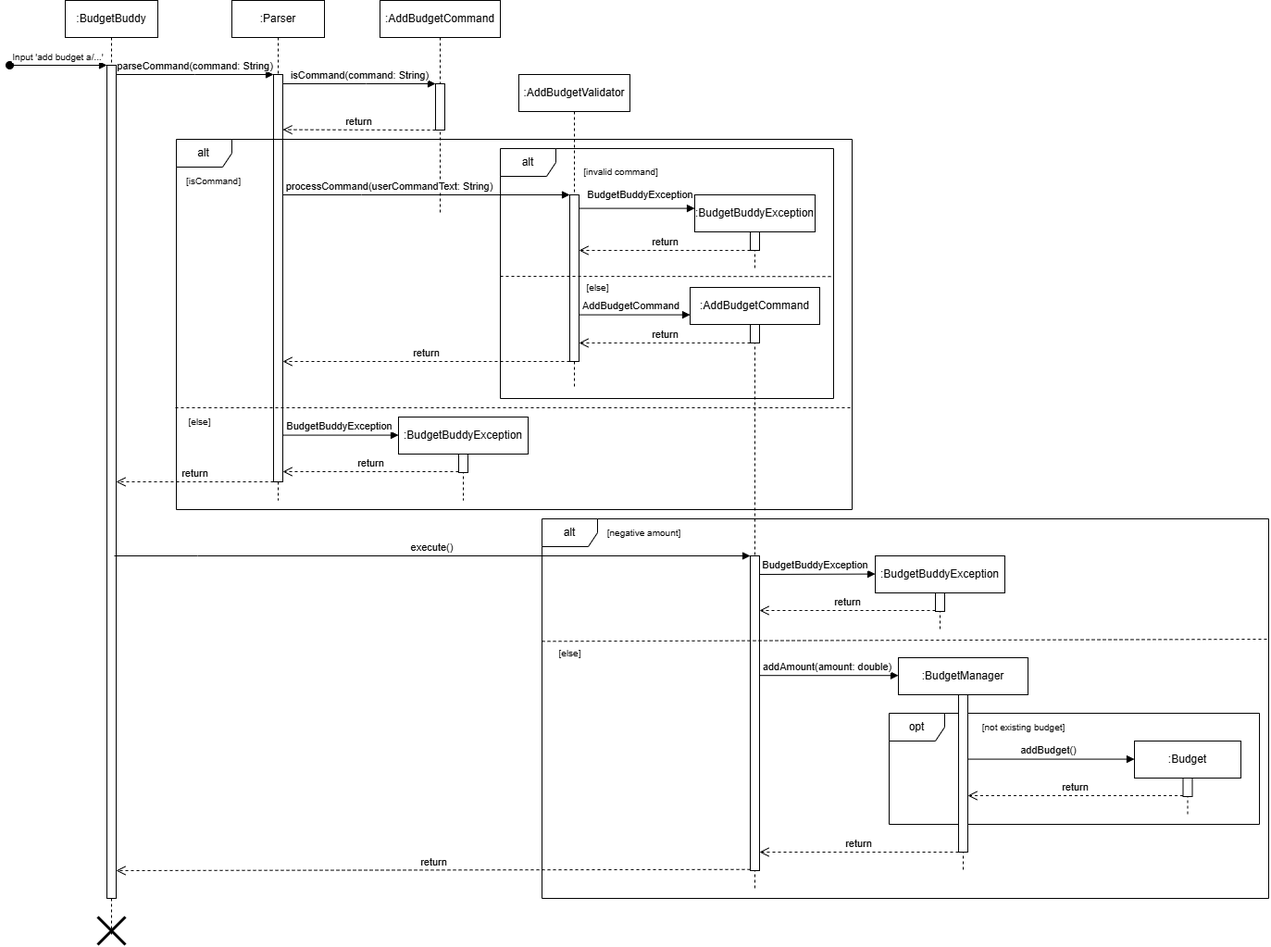
Earlier version of the draw.io export docs/diagrams/AddBudgetSequenceDiagram.drawio.png (telferang/tp). Source tidied: cells renumbered, new cells last; positions are measured from the earlier drawing's top-left corner, leaving out a move shared by most shapes.
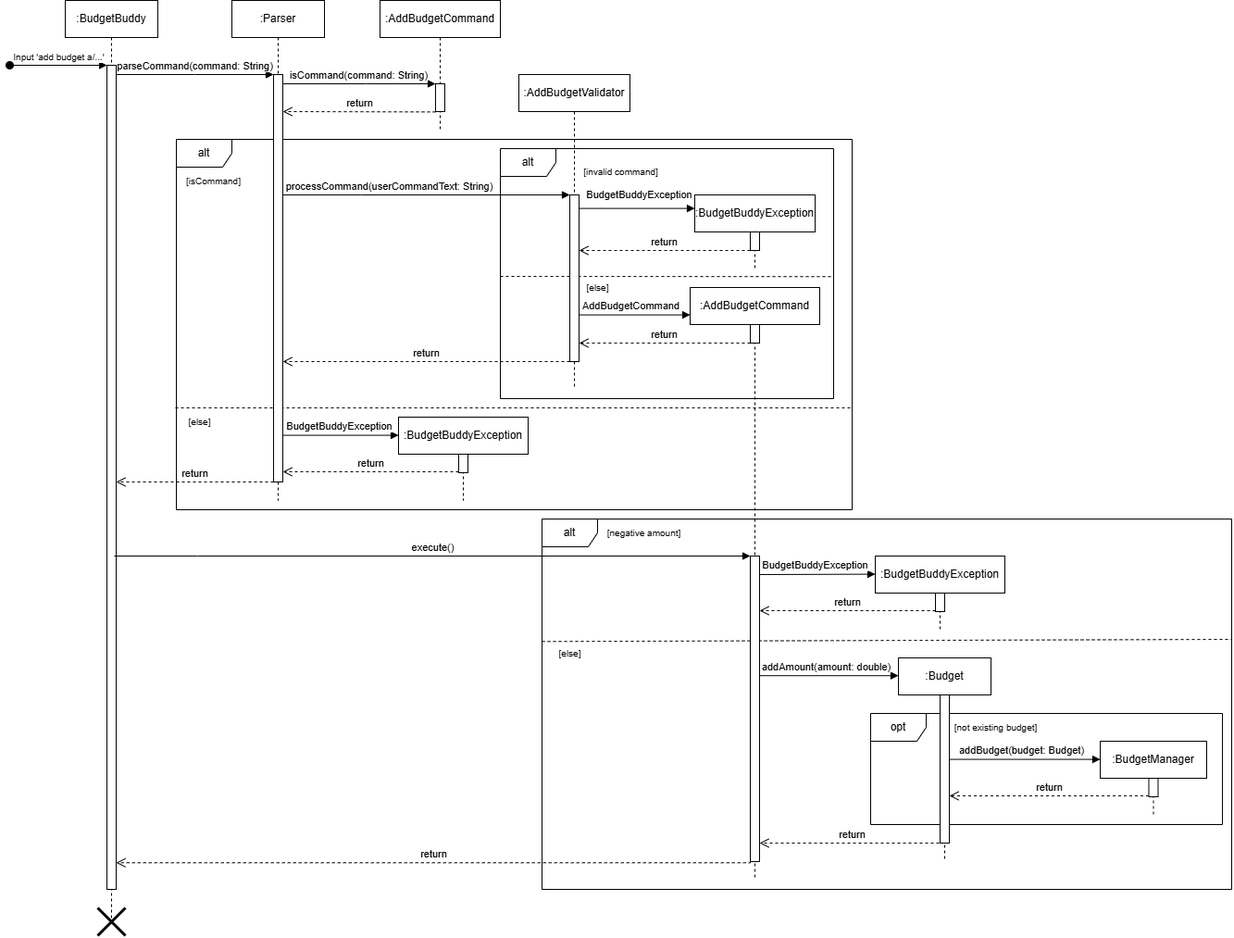
The same file after the commit.

Commit message:
Add sequence diagram for Deduct Budget feature

- Modified sequence diagram of Add Budget feature

Change to the diagram source:
```diff
@@ -3,10 +3,10 @@
     <mxCell id="0" />
     <mxCell id="1" parent="0" />
     <mxCell id="2" value=":BudgetBuddy" style="shape=umlLifeline;perimeter=lifelinePerimeter;whiteSpace=wrap;html=1;newEdgeStyle={&quot;edgeStyle&quot;:&quot;elbowEdgeStyle&quot;,&quot;elbow&quot;:&quot;vertical&quot;,&quot;curved&quot;:0,&quot;rounded&quot;:0};" parent="1" vertex="1">
-      <mxGeometry x="60" width="100" height="1010" as="geometry" />
+      <mxGeometry x="60" width="100" height="1000" as="geometry" />
     </mxCell>
     <mxCell id="3" style="html=1;points=[];perimeter=orthogonalPerimeter;outlineConnect=0;targetShapes=umlLifeline;portConstraint=eastwest;newEdgeStyle={&quot;edgeStyle&quot;:&quot;elbowEdgeStyle&quot;,&quot;elbow&quot;:&quot;vertical&quot;,&quot;curved&quot;:0,&quot;rounded&quot;:0};" parent="2" vertex="1">
-      <mxGeometry x="45" y="70" width="10" height="900" as="geometry" />
+      <mxGeometry x="45" y="70" width="10" height="890" as="geometry" />
     </mxCell>
     <mxCell id="4" value="&lt;font style=&quot;font-size: 10px;&quot;&gt;Input 'add budget a/...'&lt;/font&gt;" style="html=1;verticalAlign=bottom;startArrow=oval;endArrow=block;startSize=8;edgeStyle=elbowEdgeStyle;elbow=vertical;curved=0;rounded=0;" parent="2" edge="1" target="3">
       <mxGeometry relative="1" as="geometry">
@@ -17,14 +17,8 @@
       </mxGeometry>
     </mxCell>
     <mxCell id="5" style="shape=umlDestroy;whiteSpace=wrap;html=1;strokeWidth=3;targetShapes=umlLifeline;" parent="2" vertex="1">
-      <mxGeometry x="35" y="990" width="30" height="30" as="geometry" />
+      <mxGeometry x="35" y="980" width="30" height="30" as="geometry" />
     </mxCell>
-    <mxCell id="6" value=":Parser" style="shape=umlLifeline;perimeter=lifelinePerimeter;whiteSpace=wrap;html=1;newEdgeStyle={&quot;edgeStyle&quot;:&quot;elbowEdgeStyle&quot;,&quot;elbow&quot;:&quot;vertical&quot;,&quot;curved&quot;:0,&quot;rounded&quot;:0};" parent="1" vertex="1">
-      <mxGeometry x="240" width="100" height="540" as="geometry" />
-    </mxCell>
-    <mxCell id="7" style="html=1;points=[];perimeter=orthogonalPerimeter;outlineConnect=0;targetShapes=umlLifeline;portConstraint=eastwest;newEdgeStyle={&quot;edgeStyle&quot;:&quot;elbowEdgeStyle&quot;,&quot;elbow&quot;:&quot;vertical&quot;,&quot;curved&quot;:0,&quot;rounded&quot;:0};" parent="6" vertex="1">
-      <mxGeometry x="45" y="80" width="10" height="440" as="geometry" />
-    </mxCell>
     <mxCell id="8" value="parseCommand(command: String)" style="html=1;verticalAlign=bottom;endArrow=block;edgeStyle=elbowEdgeStyle;elbow=vertical;curved=0;rounded=0;" parent="1" edge="1" source="3" target="7">
       <mxGeometry relative="1" as="geometry">
         <Array as="points">
@@ -33,10 +27,10 @@
       </mxGeometry>
     </mxCell>
     <mxCell id="9" value=":AddBudgetCommand" style="shape=umlLifeline;perimeter=lifelinePerimeter;whiteSpace=wrap;html=1;newEdgeStyle={&quot;edgeStyle&quot;:&quot;elbowEdgeStyle&quot;,&quot;elbow&quot;:&quot;vertical&quot;,&quot;curved&quot;:0,&quot;rounded&quot;:0};" parent="1" vertex="1">
-      <mxGeometry x="400" width="130" height="230" as="geometry" />
+      <mxGeometry x="400" width="130" height="140" as="geometry" />
     </mxCell>
     <mxCell id="10" style="html=1;perimeter=orthogonalPerimeter;targetShapes=umlLifeline;newEdgeStyle={&quot;edgeStyle&quot;:&quot;elbowEdgeStyle&quot;,&quot;elbow&quot;:&quot;vertical&quot;,&quot;curved&quot;:0,&quot;rounded&quot;:0};" parent="9" vertex="1">
-      <mxGeometry x="60" y="90" width="10" height="50" as="geometry" />
+      <mxGeometry x="60" y="90" width="10" height="30" as="geometry" />
     </mxCell>
     <mxCell id="11" value="isCommand(command: String)" style="html=1;verticalAlign=bottom;endArrow=block;edgeStyle=elbowEdgeStyle;elbow=vertical;curved=0;rounded=0;" parent="1" edge="1" source="7">
       <mxGeometry relative="1" as="geometry">
@@ -46,20 +40,15 @@
         </Array>
       </mxGeometry>
     </mxCell>
-    <mxCell id="12" value=":AddBudgetValidator" style="shape=umlLifeline;perimeter=lifelinePerimeter;whiteSpace=wrap;html=1;newEdgeStyle={&quot;edgeStyle&quot;:&quot;elbowEdgeStyle&quot;,&quot;elbow&quot;:&quot;vertical&quot;,&quot;curved&quot;:0,&quot;rounded&quot;:0};" parent="1" vertex="1">
-      <mxGeometry x="550" y="80" width="120" height="340" as="geometry" />
-    </mxCell>
-    <mxCell id="13" style="html=1;points=[];perimeter=orthogonalPerimeter;outlineConnect=0;targetShapes=umlLifeline;portConstraint=eastwest;newEdgeStyle={&quot;edgeStyle&quot;:&quot;elbowEdgeStyle&quot;,&quot;elbow&quot;:&quot;vertical&quot;,&quot;curved&quot;:0,&quot;rounded&quot;:0};" parent="12" vertex="1">
-      <mxGeometry x="55" y="130" width="10" height="180" as="geometry" />
-    </mxCell>
     <mxCell id="14" value="alt" style="shape=umlFrame;whiteSpace=wrap;html=1;" parent="1" vertex="1">
       <mxGeometry x="180" y="150" width="730" height="400" as="geometry" />
     </mxCell>
-    <mxCell id="15" value="return" style="html=1;verticalAlign=bottom;endArrow=open;dashed=1;endSize=8;edgeStyle=elbowEdgeStyle;elbow=vertical;curved=0;rounded=0;" parent="1" edge="1" target="7">
+    <mxCell id="15" value="return" style="html=1;verticalAlign=bottom;endArrow=open;dashed=1;endSize=8;edgeStyle=elbowEdgeStyle;elbow=vertical;curved=0;rounded=0;" parent="1" edge="1">
       <mxGeometry relative="1" as="geometry">
-        <mxPoint x="460" y="140" as="sourcePoint" />
+        <mxPoint x="460" y="120.4" as="sourcePoint" />
+        <mxPoint x="295" y="120" as="targetPoint" />
         <Array as="points">
-          <mxPoint x="385" y="139.6" />
+          <mxPoint x="385" y="120" />
         </Array>
       </mxGeometry>
     </mxCell>
@@ -119,7 +108,7 @@
       <mxGeometry x="610" y="295" width="50" height="30" as="geometry" />
     </mxCell>
     <mxCell id="27" value="&lt;div&gt;:AddBudgetCommand&lt;/div&gt;" style="shape=umlLifeline;perimeter=lifelinePerimeter;whiteSpace=wrap;html=1;newEdgeStyle={&quot;edgeStyle&quot;:&quot;elbowEdgeStyle&quot;,&quot;elbow&quot;:&quot;vertical&quot;,&quot;curved&quot;:0,&quot;rounded&quot;:0};" parent="1" vertex="1">
-      <mxGeometry x="735" y="310" width="140" height="650" as="geometry" />
+      <mxGeometry x="735" y="310" width="140" height="640" as="geometry" />
     </mxCell>
     <mxCell id="28" style="html=1;points=[];perimeter=orthogonalPerimeter;outlineConnect=0;targetShapes=umlLifeline;portConstraint=eastwest;newEdgeStyle={&quot;edgeStyle&quot;:&quot;elbowEdgeStyle&quot;,&quot;elbow&quot;:&quot;vertical&quot;,&quot;curved&quot;:0,&quot;rounded&quot;:0};" parent="27" vertex="1">
       <mxGeometry x="65" y="40" width="10" height="20" as="geometry" />
@@ -204,11 +193,8 @@
       </mxGeometry>
     </mxCell>
     <mxCell id="42" value="alt" style="shape=umlFrame;whiteSpace=wrap;html=1;" parent="1" vertex="1">
-      <mxGeometry x="575" y="560" width="785" height="410" as="geometry" />
+      <mxGeometry x="575" y="560" width="745" height="400" as="geometry" />
     </mxCell>
-    <mxCell id="43" style="html=1;points=[];perimeter=orthogonalPerimeter;outlineConnect=0;targetShapes=umlLifeline;portConstraint=eastwest;newEdgeStyle={&quot;edgeStyle&quot;:&quot;elbowEdgeStyle&quot;,&quot;elbow&quot;:&quot;vertical&quot;,&quot;curved&quot;:0,&quot;rounded&quot;:0};" parent="1" vertex="1">
-      <mxGeometry x="800" y="600" width="10" height="340" as="geometry" />
-    </mxCell>
     <mxCell id="44" value="&lt;font style=&quot;font-size: 10px;&quot;&gt;[negative amount]&lt;/font&gt;" style="text;html=1;align=center;verticalAlign=middle;strokeColor=none;fillColor=none;" parent="1" vertex="1">
       <mxGeometry x="635" y="560" width="100" height="30" as="geometry" />
     </mxCell>
@@ -241,60 +227,60 @@
         <mxPoint x="3" y="-11" as="offset" />
       </mxGeometry>
     </mxCell>
-    <mxCell id="50" style="endArrow=none;dashed=1;html=1;rounded=0;entryX=1.001;entryY=0.27;entryDx=0;entryDy=0;entryPerimeter=0;" parent="1" edge="1">
+    <mxCell id="50" style="endArrow=none;dashed=1;html=1;rounded=0;" parent="1" edge="1">
       <mxGeometry relative="1" as="geometry">
         <mxPoint x="575" y="692.3" as="sourcePoint" />
-        <mxPoint x="1360.8" y="690" as="targetPoint" />
+        <mxPoint x="1320" y="690" as="targetPoint" />
       </mxGeometry>
     </mxCell>
     <mxCell id="51" value="&lt;font style=&quot;font-size: 10px;&quot;&gt;[else]&lt;/font&gt;" style="text;html=1;align=center;verticalAlign=middle;strokeColor=none;fillColor=none;" parent="1" vertex="1">
       <mxGeometry x="580" y="690" width="50" height="30" as="geometry" />
     </mxCell>
     <mxCell id="52" value="opt" style="shape=umlFrame;whiteSpace=wrap;html=1;" parent="1" vertex="1">
-      <mxGeometry x="950" y="770" width="400" height="120" as="geometry" />
+      <mxGeometry x="930" y="770" width="380" height="120" as="geometry" />
     </mxCell>
     <mxCell id="53" value="&lt;font style=&quot;font-size: 10px;&quot;&gt;[not existing budget]&lt;/font&gt;" style="text;html=1;align=center;verticalAlign=middle;strokeColor=none;fillColor=none;" parent="1" vertex="1">
-      <mxGeometry x="1040" y="770" width="110" height="30" as="geometry" />
+      <mxGeometry x="1010" y="770" width="110" height="30" as="geometry" />
     </mxCell>
-    <mxCell id="54" value=":Budget" style="shape=umlLifeline;perimeter=lifelinePerimeter;whiteSpace=wrap;html=1;newEdgeStyle={&quot;edgeStyle&quot;:&quot;elbowEdgeStyle&quot;,&quot;elbow&quot;:&quot;vertical&quot;,&quot;curved&quot;:0,&quot;rounded&quot;:0};" parent="1" vertex="1">
-      <mxGeometry x="1215" y="800" width="115" height="80" as="geometry" />
+    <mxCell id="54" value=":BudgetManager" style="shape=umlLifeline;perimeter=lifelinePerimeter;whiteSpace=wrap;html=1;newEdgeStyle={&quot;edgeStyle&quot;:&quot;elbowEdgeStyle&quot;,&quot;elbow&quot;:&quot;vertical&quot;,&quot;curved&quot;:0,&quot;rounded&quot;:0};" parent="1" vertex="1">
+      <mxGeometry x="1178" y="800" width="115" height="80" as="geometry" />
     </mxCell>
     <mxCell id="55" style="html=1;points=[];perimeter=orthogonalPerimeter;outlineConnect=0;targetShapes=umlLifeline;portConstraint=eastwest;newEdgeStyle={&quot;edgeStyle&quot;:&quot;elbowEdgeStyle&quot;,&quot;elbow&quot;:&quot;vertical&quot;,&quot;curved&quot;:0,&quot;rounded&quot;:0};" parent="54" vertex="1">
       <mxGeometry x="52.5" y="40" width="10" height="20" as="geometry" />
     </mxCell>
     <mxCell id="56" value="return" style="html=1;verticalAlign=bottom;endArrow=open;dashed=1;endSize=8;edgeStyle=elbowEdgeStyle;elbow=vertical;curved=0;rounded=0;" parent="1" edge="1" source="55">
       <mxGeometry relative="1" as="geometry">
-        <mxPoint x="1035" y="859" as="targetPoint" />
+        <mxPoint x="1015" y="859" as="targetPoint" />
         <Array as="points">
-          <mxPoint x="1215" y="859" />
+          <mxPoint x="1195" y="859" />
         </Array>
       </mxGeometry>
     </mxCell>
-    <mxCell id="57" style="html=1;verticalAlign=bottom;endArrow=block;edgeStyle=elbowEdgeStyle;elbow=vertical;curved=0;rounded=0;" parent="1" edge="1">
+    <mxCell id="57" style="html=1;verticalAlign=bottom;endArrow=block;edgeStyle=elbowEdgeStyle;elbow=vertical;curved=0;rounded=0;" parent="1" edge="1" source="60">
       <mxGeometry relative="1" as="geometry">
-        <mxPoint x="1035" y="819.6" as="sourcePoint" />
-        <mxPoint x="1215" y="820" as="targetPoint" />
+        <mxPoint x="1178" y="820" as="targetPoint" />
         <Array as="points">
-          <mxPoint x="1230" y="819.6" />
+          <mxPoint x="1193" y="819.6" />
         </Array>
       </mxGeometry>
     </mxCell>
-    <mxCell id="58" value="addBudget()" style="edgeLabel;html=1;align=center;verticalAlign=middle;" parent="57" vertex="1">
+    <mxCell id="58" value="addBudget(budget: Budget)" style="edgeLabel;html=1;align=center;verticalAlign=middle;" parent="57" vertex="1">
       <mxGeometry x="-0.08" y="-1" relative="1" as="geometry">
         <mxPoint x="3" y="-11" as="offset" />
       </mxGeometry>
     </mxCell>
-    <mxCell id="59" value=":BudgetManager" style="shape=umlLifeline;perimeter=lifelinePerimeter;whiteSpace=wrap;html=1;newEdgeStyle={&quot;edgeStyle&quot;:&quot;elbowEdgeStyle&quot;,&quot;elbow&quot;:&quot;vertical&quot;,&quot;curved&quot;:0,&quot;rounded&quot;:0};" parent="1" vertex="1">
-      <mxGeometry x="960" y="710" width="140" height="230" as="geometry" />
+    <mxCell id="59" value=":Budget" style="shape=umlLifeline;perimeter=lifelinePerimeter;whiteSpace=wrap;html=1;newEdgeStyle={&quot;edgeStyle&quot;:&quot;elbowEdgeStyle&quot;,&quot;elbow&quot;:&quot;vertical&quot;,&quot;curved&quot;:0,&quot;rounded&quot;:0};" parent="1" vertex="1">
+      <mxGeometry x="960" y="710" width="100" height="220" as="geometry" />
     </mxCell>
     <mxCell id="60" style="html=1;points=[];perimeter=orthogonalPerimeter;outlineConnect=0;targetShapes=umlLifeline;portConstraint=eastwest;newEdgeStyle={&quot;edgeStyle&quot;:&quot;elbowEdgeStyle&quot;,&quot;elbow&quot;:&quot;vertical&quot;,&quot;curved&quot;:0,&quot;rounded&quot;:0};" parent="59" vertex="1">
-      <mxGeometry x="65" y="40" width="10" height="170" as="geometry" />
+      <mxGeometry x="45" y="40" width="10" height="160" as="geometry" />
     </mxCell>
-    <mxCell id="61" value="return" style="html=1;verticalAlign=bottom;endArrow=open;dashed=1;endSize=8;edgeStyle=elbowEdgeStyle;elbow=vertical;curved=0;rounded=0;" parent="1" edge="1" source="60">
+    <mxCell id="61" value="return" style="html=1;verticalAlign=bottom;endArrow=open;dashed=1;endSize=8;edgeStyle=elbowEdgeStyle;elbow=vertical;curved=0;rounded=0;" parent="1" edge="1">
       <mxGeometry relative="1" as="geometry">
-        <mxPoint x="810" y="920" as="targetPoint" />
+        <mxPoint x="1010" y="910" as="sourcePoint" />
+        <mxPoint x="810" y="910" as="targetPoint" />
         <Array as="points">
-          <mxPoint x="935" y="920" />
+          <mxPoint x="935" y="910" />
         </Array>
       </mxGeometry>
     </mxCell>
@@ -311,13 +297,29 @@
         <mxPoint x="3" y="-11" as="offset" />
       </mxGeometry>
     </mxCell>
-    <mxCell id="64" value="return" style="html=1;verticalAlign=bottom;endArrow=open;dashed=1;endSize=8;edgeStyle=elbowEdgeStyle;elbow=vertical;curved=0;rounded=0;" parent="1" edge="1" target="3">
+    <mxCell id="64" value="return" style="html=1;verticalAlign=bottom;endArrow=open;dashed=1;endSize=8;edgeStyle=elbowEdgeStyle;elbow=vertical;curved=0;rounded=0;" parent="1" edge="1">
       <mxGeometry relative="1" as="geometry">
-        <mxPoint x="800" y="938.8" as="sourcePoint" />
+        <mxPoint x="800" y="930" as="sourcePoint" />
+        <mxPoint x="115" y="931.2" as="targetPoint" />
         <Array as="points">
-          <mxPoint x="110" y="940" />
+          <mxPoint x="110" y="931.2" />
         </Array>
       </mxGeometry>
     </mxCell>
+    <mxCell id="12" value=":AddBudgetValidator" style="shape=umlLifeline;perimeter=lifelinePerimeter;whiteSpace=wrap;html=1;newEdgeStyle={&quot;edgeStyle&quot;:&quot;elbowEdgeStyle&quot;,&quot;elbow&quot;:&quot;vertical&quot;,&quot;curved&quot;:0,&quot;rounded&quot;:0};" parent="1" vertex="1">
+      <mxGeometry x="550" y="80" width="120" height="340" as="geometry" />
+    </mxCell>
+    <mxCell id="13" style="html=1;points=[];perimeter=orthogonalPerimeter;outlineConnect=0;targetShapes=umlLifeline;portConstraint=eastwest;newEdgeStyle={&quot;edgeStyle&quot;:&quot;elbowEdgeStyle&quot;,&quot;elbow&quot;:&quot;vertical&quot;,&quot;curved&quot;:0,&quot;rounded&quot;:0};" parent="12" vertex="1">
+      <mxGeometry x="55" y="130" width="10" height="180" as="geometry" />
+    </mxCell>
+    <mxCell id="43" style="html=1;points=[];perimeter=orthogonalPerimeter;outlineConnect=0;targetShapes=umlLifeline;portConstraint=eastwest;newEdgeStyle={&quot;edgeStyle&quot;:&quot;elbowEdgeStyle&quot;,&quot;elbow&quot;:&quot;vertical&quot;,&quot;curved&quot;:0,&quot;rounded&quot;:0};" parent="1" vertex="1">
+      <mxGeometry x="800" y="600" width="10" height="330" as="geometry" />
+    </mxCell>
+    <mxCell id="6" value=":Parser" style="shape=umlLifeline;perimeter=lifelinePerimeter;whiteSpace=wrap;html=1;newEdgeStyle={&quot;edgeStyle&quot;:&quot;elbowEdgeStyle&quot;,&quot;elbow&quot;:&quot;vertical&quot;,&quot;curved&quot;:0,&quot;rounded&quot;:0};" parent="1" vertex="1">
+      <mxGeometry x="240" width="100" height="540" as="geometry" />
+    </mxCell>
+    <mxCell id="7" style="html=1;points=[];perimeter=orthogonalPerimeter;outlineConnect=0;targetShapes=umlLifeline;portConstraint=eastwest;newEdgeStyle={&quot;edgeStyle&quot;:&quot;elbowEdgeStyle&quot;,&quot;elbow&quot;:&quot;vertical&quot;,&quot;curved&quot;:0,&quot;rounded&quot;:0};" parent="6" vertex="1">
+      <mxGeometry x="45" y="80" width="10" height="440" as="geometry" />
+    </mxCell>
   </root>
 </mxGraphModel>
```
